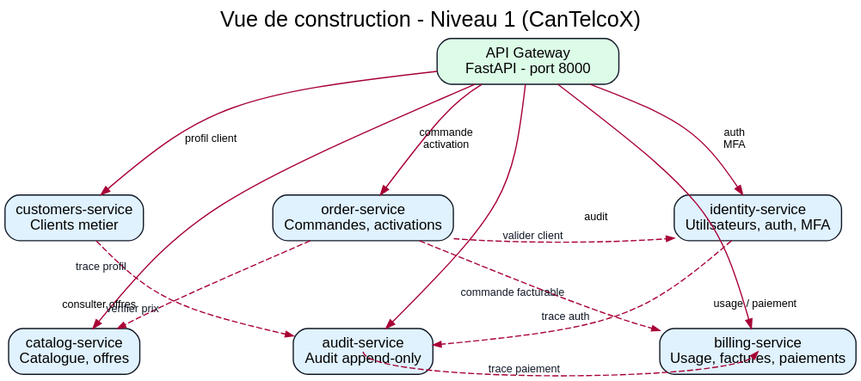
Above: docs/diagrams/plantuml/building-blocks-5-1.svg in Amjad-Lekhdar/LOG430-cantelcox-api-gateway (PlantUML), before the change. Its source is kept beside it as docs/diagrams/plantuml/building-blocks-5-1.puml.
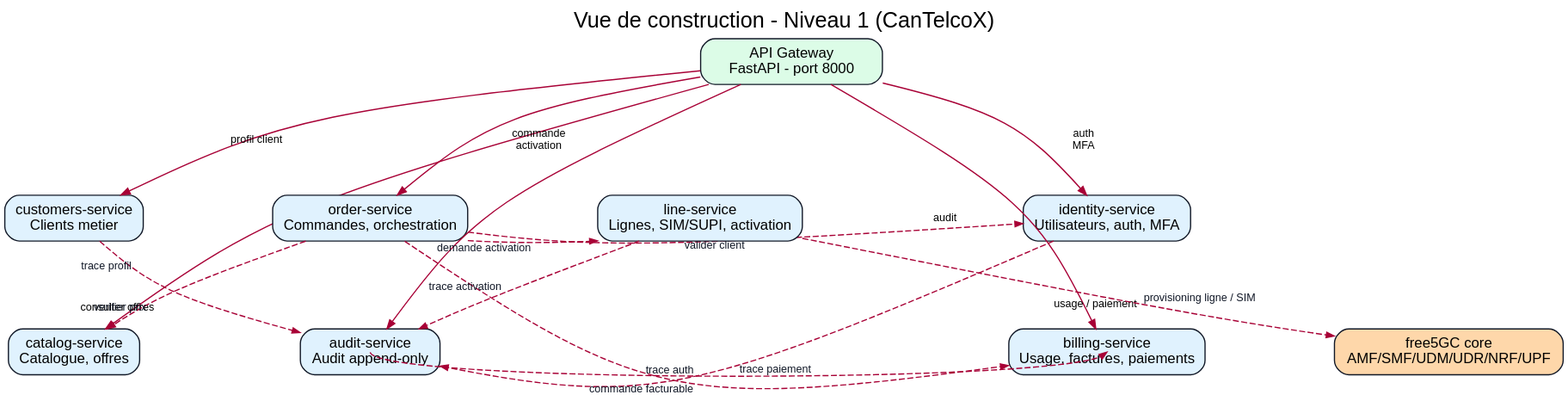
Later version of the same file.

Change to the diagram source:
```diff
@@ -43,7 +43,11 @@
     fillcolor="#E0F2FE"
   ];
   Orders [
-    label="order-service\nCommandes, activations",
+    label="order-service\nCommandes, orchestration",
+    fillcolor="#E0F2FE"
+  ];
+  Lines [
+    label="line-service\nLignes, SIM/SUPI, activation",
     fillcolor="#E0F2FE"
   ];
   Customers [
@@ -58,14 +62,20 @@
     label="audit-service\nAudit append-only",
     fillcolor="#E0F2FE"
   ];
+  Free5GC [
+    label="free5GC core\nAMF/SMF/UDM/UDR/NRF/UPF",
+    fillcolor="#FED7AA"
+  ];
 
-  { rank=same; Customers; Orders; Identity; }
-  { rank=same; Catalog; Audit; Billing; }
+  { rank=same; Customers; Orders; Lines; Identity; }
+  { rank=same; Catalog; Audit; Billing; Free5GC; }
 
   Customers -> Orders [style=invis, weight=10];
-  Orders -> Identity [style=invis, weight=10];
+  Orders -> Lines [style=invis, weight=10];
+  Lines -> Identity [style=invis, weight=10];
   Catalog -> Audit [style=invis, weight=10];
   Audit -> Billing [style=invis, weight=10];
+  Billing -> Free5GC [style=invis, weight=10];
   Customers -> Catalog [style=invis, weight=10];
   Orders -> Audit [style=invis, weight=10];
   Identity -> Billing [style=invis, weight=10];
@@ -102,6 +112,9 @@
   ];
   Orders -> Identity [xlabel="valider client"];
   Orders -> Billing [xlabel="commande facturable"];
+  Orders -> Lines [xlabel="demande activation"];
+  Lines -> Free5GC [xlabel="provisioning ligne / SIM"];
+  Lines -> Audit [xlabel="trace activation"];
   Identity -> Audit [xlabel="trace auth"];
   Billing -> Audit [xlabel="trace paiement"];
   Customers -> Audit [
```
